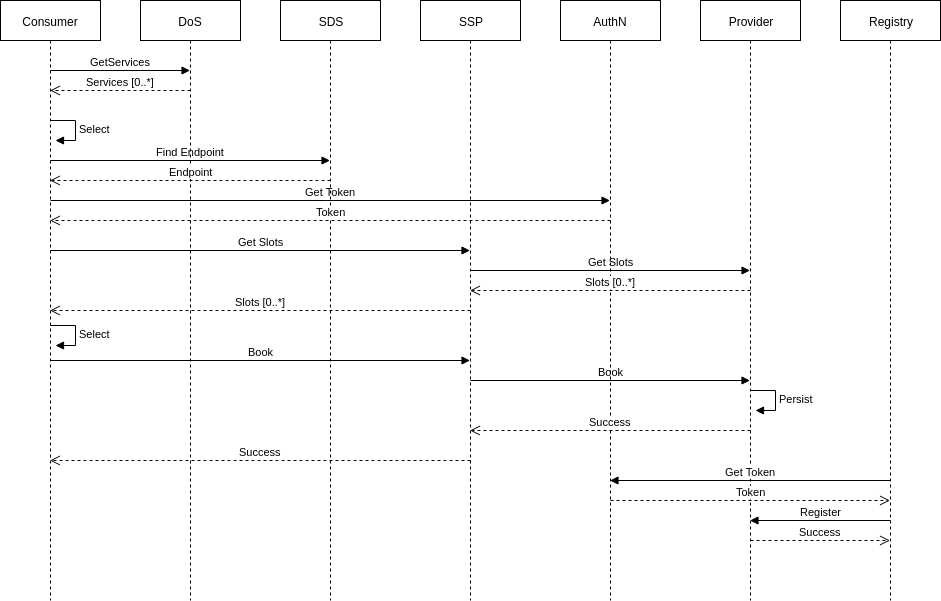
Above: images/UEC-Appointments/ApptBookingOverview.png in TimCoates/TimCoates.github.io (draw.io), before the change. Source tidied: cells renumbered, new cells last; positions are measured from the earlier drawing's top-left corner, leaving out a move shared by most shapes. Source of this version:
```xml
<mxGraphModel>
  <root>
    <mxCell id="0" />
    <mxCell id="1" parent="0" />
    <mxCell id="2" value="Consumer" style="shape=umlLifeline;perimeter=lifelinePerimeter;whiteSpace=wrap;html=1;outlineConnect=0;" parent="1" vertex="1">
      <mxGeometry width="100" height="600" as="geometry" />
    </mxCell>
    <mxCell id="3" value="GetServices" style="html=1;verticalAlign=bottom;endArrow=block;" parent="2" edge="1" target="9">
      <mxGeometry relative="1" as="geometry">
        <mxPoint x="50" y="70" as="sourcePoint" />
      </mxGeometry>
    </mxCell>
    <mxCell id="4" value="Select" style="edgeStyle=orthogonalEdgeStyle;html=1;align=left;spacingLeft=2;endArrow=block;rounded=0;entryX=1;entryY=0;" parent="2" edge="1">
      <mxGeometry relative="1" as="geometry">
        <mxPoint x="50" y="120" as="sourcePoint" />
        <mxPoint x="55" y="140" as="targetPoint" />
        <Array as="points">
          <mxPoint x="75" y="120" />
        </Array>
      </mxGeometry>
    </mxCell>
    <mxCell id="5" value="Find Endpoint" style="html=1;verticalAlign=bottom;endArrow=block;" parent="2" edge="1" target="10">
      <mxGeometry relative="1" as="geometry">
        <mxPoint x="50" y="160" as="sourcePoint" />
      </mxGeometry>
    </mxCell>
    <mxCell id="6" value="Get Token" style="html=1;verticalAlign=bottom;endArrow=block;" parent="2" edge="1" target="14">
      <mxGeometry relative="1" as="geometry">
        <mxPoint x="50" y="200" as="sourcePoint" />
      </mxGeometry>
    </mxCell>
    <mxCell id="7" value="Get Slots" style="html=1;verticalAlign=bottom;endArrow=block;" parent="2" edge="1" target="11">
      <mxGeometry relative="1" as="geometry">
        <mxPoint x="50" y="250" as="sourcePoint" />
      </mxGeometry>
    </mxCell>
    <mxCell id="8" value="Book" style="html=1;verticalAlign=bottom;endArrow=block;" parent="2" edge="1" target="11">
      <mxGeometry relative="1" as="geometry">
        <mxPoint x="50" y="360" as="sourcePoint" />
      </mxGeometry>
    </mxCell>
    <mxCell id="9" value="DoS" style="shape=umlLifeline;perimeter=lifelinePerimeter;whiteSpace=wrap;html=1;outlineConnect=0;" parent="1" vertex="1">
      <mxGeometry x="140" width="100" height="600" as="geometry" />
    </mxCell>
    <mxCell id="10" value="SDS" style="shape=umlLifeline;perimeter=lifelinePerimeter;whiteSpace=wrap;html=1;outlineConnect=0;" parent="1" vertex="1">
      <mxGeometry x="280" width="100" height="600" as="geometry" />
    </mxCell>
    <mxCell id="11" value="SSP" style="shape=umlLifeline;perimeter=lifelinePerimeter;whiteSpace=wrap;html=1;outlineConnect=0;" parent="1" vertex="1">
      <mxGeometry x="420" width="100" height="600" as="geometry" />
    </mxCell>
    <mxCell id="12" value="Get Slots" style="html=1;verticalAlign=bottom;endArrow=block;" parent="11" edge="1" target="15">
      <mxGeometry relative="1" as="geometry">
        <mxPoint x="50" y="270" as="sourcePoint" />
      </mxGeometry>
    </mxCell>
    <mxCell id="13" value="Book" style="html=1;verticalAlign=bottom;endArrow=block;" parent="11" edge="1" target="15">
      <mxGeometry relative="1" as="geometry">
        <mxPoint x="50" y="380" as="sourcePoint" />
      </mxGeometry>
    </mxCell>
    <mxCell id="14" value="AuthN" style="shape=umlLifeline;perimeter=lifelinePerimeter;whiteSpace=wrap;html=1;outlineConnect=0;" parent="1" vertex="1">
      <mxGeometry x="560" width="100" height="600" as="geometry" />
    </mxCell>
    <mxCell id="15" value="Provider" style="shape=umlLifeline;perimeter=lifelinePerimeter;whiteSpace=wrap;html=1;outlineConnect=0;" parent="1" vertex="1">
      <mxGeometry x="700" width="100" height="600" as="geometry" />
    </mxCell>
    <mxCell id="16" value="Registry" style="shape=umlLifeline;perimeter=lifelinePerimeter;whiteSpace=wrap;html=1;outlineConnect=0;" parent="1" vertex="1">
      <mxGeometry x="840" width="100" height="600" as="geometry" />
    </mxCell>
    <mxCell id="17" value="Services [0..*]" style="html=1;verticalAlign=bottom;endArrow=open;dashed=1;endSize=8;" parent="1" edge="1" target="2">
      <mxGeometry relative="1" as="geometry">
        <mxPoint x="190" y="90" as="sourcePoint" />
      </mxGeometry>
    </mxCell>
    <mxCell id="18" value="Endpoint" style="html=1;verticalAlign=bottom;endArrow=open;dashed=1;endSize=8;" parent="1" edge="1" target="2">
      <mxGeometry relative="1" as="geometry">
        <mxPoint x="330" y="180" as="sourcePoint" />
      </mxGeometry>
    </mxCell>
    <mxCell id="19" value="Token" style="html=1;verticalAlign=bottom;endArrow=open;dashed=1;endSize=8;" parent="1" edge="1" target="2">
      <mxGeometry relative="1" as="geometry">
        <mxPoint x="610" y="220" as="sourcePoint" />
      </mxGeometry>
    </mxCell>
    <mxCell id="20" value="Slots [0..*]" style="html=1;verticalAlign=bottom;endArrow=open;dashed=1;endSize=8;" parent="1" edge="1" target="11">
      <mxGeometry relative="1" as="geometry">
        <mxPoint x="750" y="290" as="sourcePoint" />
      </mxGeometry>
    </mxCell>
    <mxCell id="21" value="Slots [0..*]" style="html=1;verticalAlign=bottom;endArrow=open;dashed=1;endSize=8;" parent="1" edge="1" target="2">
      <mxGeometry relative="1" as="geometry">
        <mxPoint x="470" y="310" as="sourcePoint" />
      </mxGeometry>
    </mxCell>
    <mxCell id="22" value="Select" style="edgeStyle=orthogonalEdgeStyle;html=1;align=left;spacingLeft=2;endArrow=block;rounded=0;entryX=1;entryY=0;" parent="1" edge="1">
      <mxGeometry relative="1" as="geometry">
        <mxPoint x="50" y="325" as="sourcePoint" />
        <mxPoint x="55" y="345" as="targetPoint" />
        <Array as="points">
          <mxPoint x="75" y="325" />
        </Array>
      </mxGeometry>
    </mxCell>
    <mxCell id="23" value="Persist" style="edgeStyle=orthogonalEdgeStyle;html=1;align=left;spacingLeft=2;endArrow=block;rounded=0;entryX=1;entryY=0;" parent="1" edge="1">
      <mxGeometry relative="1" as="geometry">
        <mxPoint x="750" y="390" as="sourcePoint" />
        <mxPoint x="755" y="410" as="targetPoint" />
        <Array as="points">
          <mxPoint x="775" y="390" />
        </Array>
      </mxGeometry>
    </mxCell>
    <mxCell id="24" value="Success" style="html=1;verticalAlign=bottom;endArrow=open;dashed=1;endSize=8;" parent="1" edge="1" target="11">
      <mxGeometry relative="1" as="geometry">
        <mxPoint x="750" y="430" as="sourcePoint" />
      </mxGeometry>
    </mxCell>
    <mxCell id="25" value="Success" style="html=1;verticalAlign=bottom;endArrow=open;dashed=1;endSize=8;" parent="1" edge="1" target="2">
      <mxGeometry relative="1" as="geometry">
        <mxPoint x="470" y="460" as="sourcePoint" />
      </mxGeometry>
    </mxCell>
    <mxCell id="26" value="Get Token" style="html=1;verticalAlign=bottom;endArrow=block;" parent="1" edge="1" target="14">
      <mxGeometry relative="1" as="geometry">
        <mxPoint x="890" y="480" as="sourcePoint" />
      </mxGeometry>
    </mxCell>
    <mxCell id="27" value="Token" style="html=1;verticalAlign=bottom;endArrow=open;dashed=1;endSize=8;" parent="1" edge="1" target="16">
      <mxGeometry relative="1" as="geometry">
        <mxPoint x="610" y="500" as="sourcePoint" />
      </mxGeometry>
    </mxCell>
    <mxCell id="28" value="Register" style="html=1;verticalAlign=bottom;endArrow=block;" parent="1" edge="1" target="15">
      <mxGeometry relative="1" as="geometry">
        <mxPoint x="890" y="520" as="sourcePoint" />
      </mxGeometry>
    </mxCell>
    <mxCell id="29" value="Success" style="html=1;verticalAlign=bottom;endArrow=open;dashed=1;endSize=8;" parent="1" edge="1" target="16">
      <mxGeometry relative="1" as="geometry">
        <mxPoint x="750" y="540" as="sourcePoint" />
      </mxGeometry>
    </mxCell>
  </root>
</mxGraphModel>
```
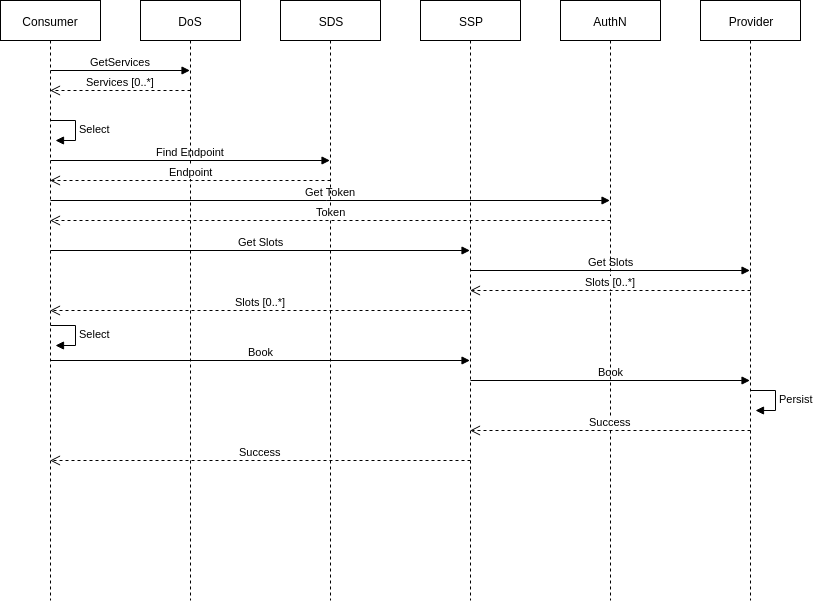
After the commit.

What changed in the source:
```diff
@@ -64,9 +64,6 @@
     <mxCell id="15" value="Provider" style="shape=umlLifeline;perimeter=lifelinePerimeter;whiteSpace=wrap;html=1;outlineConnect=0;" parent="1" vertex="1">
       <mxGeometry x="700" width="100" height="600" as="geometry" />
     </mxCell>
-    <mxCell id="16" value="Registry" style="shape=umlLifeline;perimeter=lifelinePerimeter;whiteSpace=wrap;html=1;outlineConnect=0;" parent="1" vertex="1">
-      <mxGeometry x="840" width="100" height="600" as="geometry" />
-    </mxCell>
     <mxCell id="17" value="Services [0..*]" style="html=1;verticalAlign=bottom;endArrow=open;dashed=1;endSize=8;" parent="1" edge="1" target="2">
       <mxGeometry relative="1" as="geometry">
         <mxPoint x="190" y="90" as="sourcePoint" />
@@ -120,25 +117,5 @@
         <mxPoint x="470" y="460" as="sourcePoint" />
       </mxGeometry>
     </mxCell>
-    <mxCell id="26" value="Get Token" style="html=1;verticalAlign=bottom;endArrow=block;" parent="1" edge="1" target="14">
-      <mxGeometry relative="1" as="geometry">
-        <mxPoint x="890" y="480" as="sourcePoint" />
-      </mxGeometry>
-    </mxCell>
-    <mxCell id="27" value="Token" style="html=1;verticalAlign=bottom;endArrow=open;dashed=1;endSize=8;" parent="1" edge="1" target="16">
-      <mxGeometry relative="1" as="geometry">
-        <mxPoint x="610" y="500" as="sourcePoint" />
-      </mxGeometry>
-    </mxCell>
-    <mxCell id="28" value="Register" style="html=1;verticalAlign=bottom;endArrow=block;" parent="1" edge="1" target="15">
-      <mxGeometry relative="1" as="geometry">
-        <mxPoint x="890" y="520" as="sourcePoint" />
-      </mxGeometry>
-    </mxCell>
-    <mxCell id="29" value="Success" style="html=1;verticalAlign=bottom;endArrow=open;dashed=1;endSize=8;" parent="1" edge="1" target="16">
-      <mxGeometry relative="1" as="geometry">
-        <mxPoint x="750" y="540" as="sourcePoint" />
-      </mxGeometry>
-    </mxCell>
   </root>
 </mxGraphModel>
```
